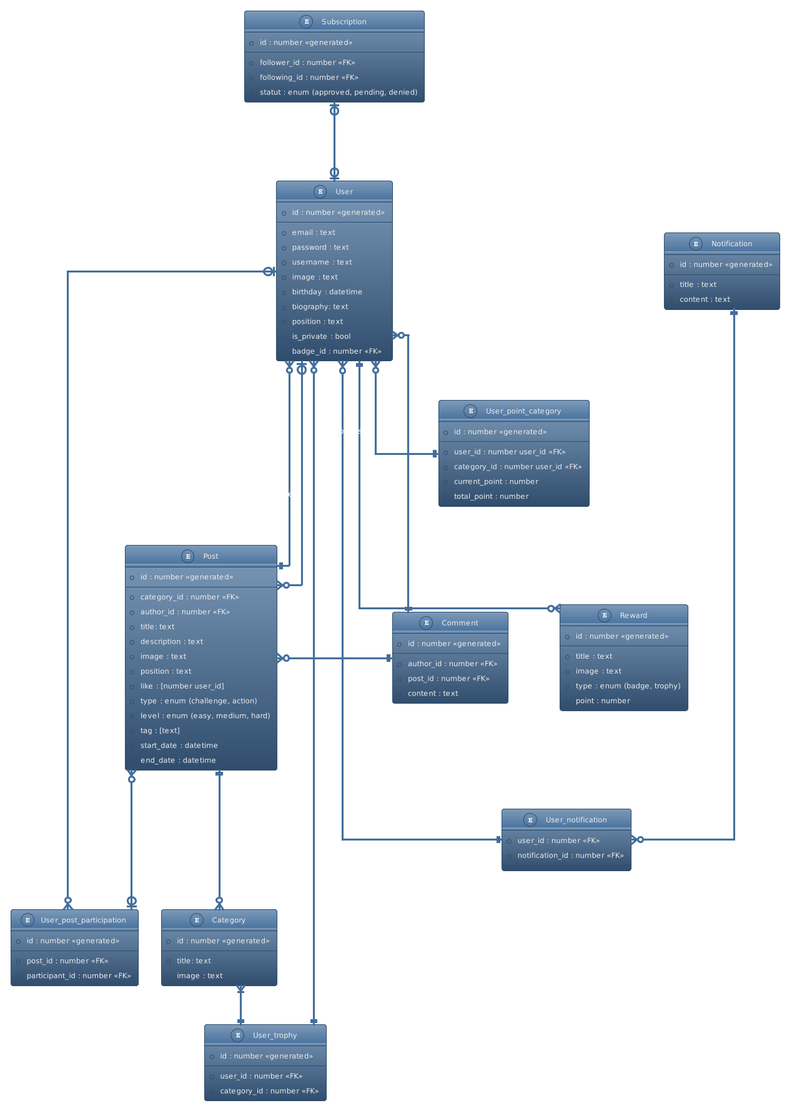
Eco-Gest/Frontend-Flutter keeps this PlantUML diagram as conception/diagrams/entity_relation/entity_relation_join_tables.png. Above is the earlier version.
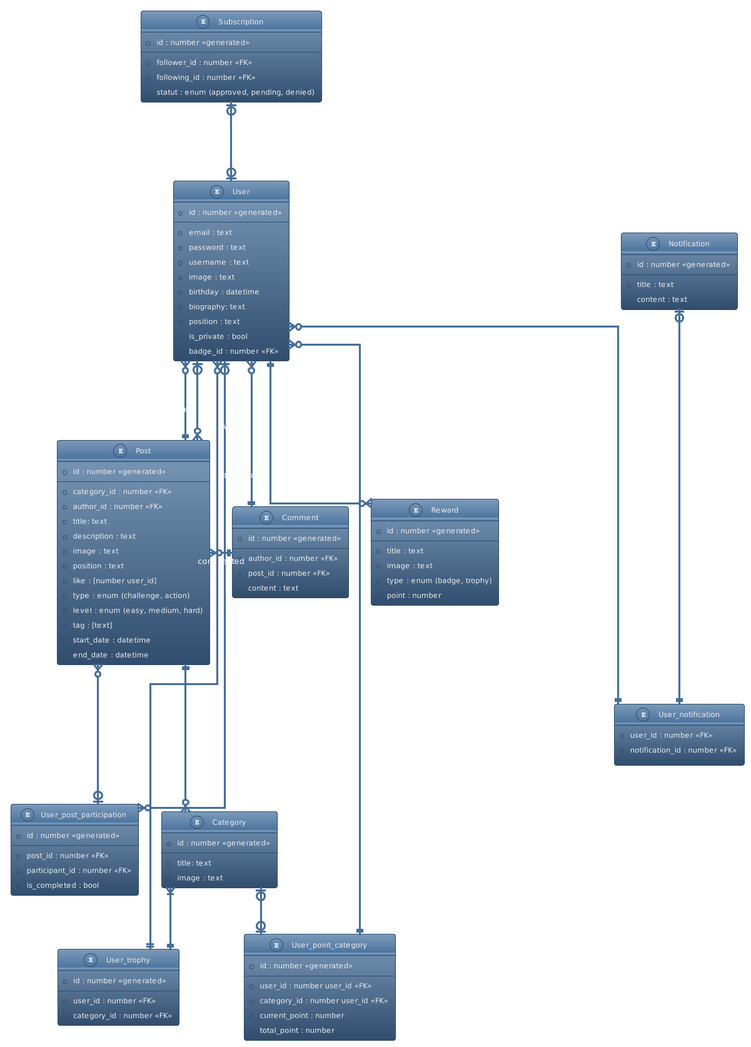
Above is the later version.

Commit message:
diagram entity relation

The edit, as a diff of the source:
```diff
@@ -22,6 +22,7 @@
   --
   *post_id : number <<FK>>
   *participant_id : number <<FK>>
+  *is_completed : bool
 }
 
 entity "User_point_category" as upc {
@@ -109,10 +110,11 @@
 u ||---o{ r : has a badge
 u |o-up--o| s : asks to follow
 u }o--down--|| un : is notified
-un }o--up--|| not : is notified
+un ||--up--o| not : is notified
 p }o-right--|| c : commented
 p ||---o{ cat : is categorized
 u }o--|| upc : has points in
 u }o--|| ut : has
 cat }|--|| ut : has
+cat |o--o| upc : has
 @enduml
```
